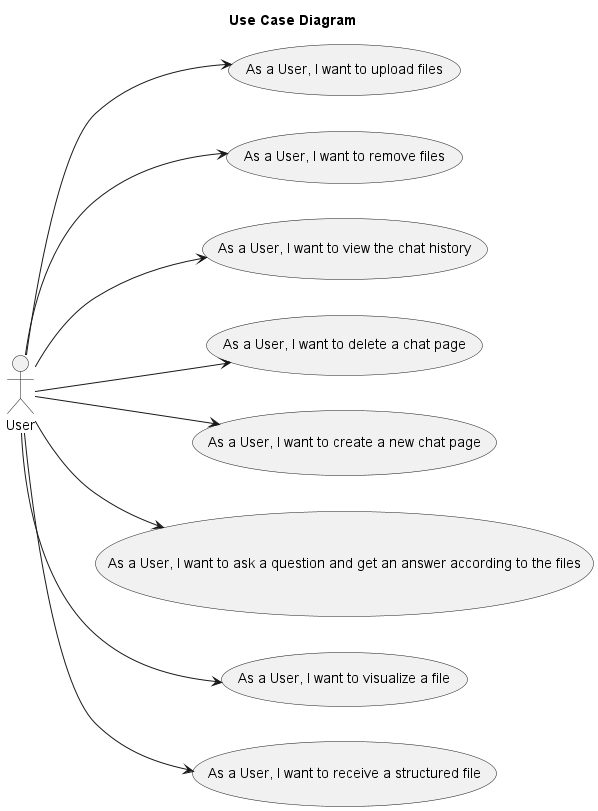
Above: out/UseCaseDiagram/UseCaseDiagram.png in Ana6363/RAGSystem_Wiki (PlantUML), before the change.
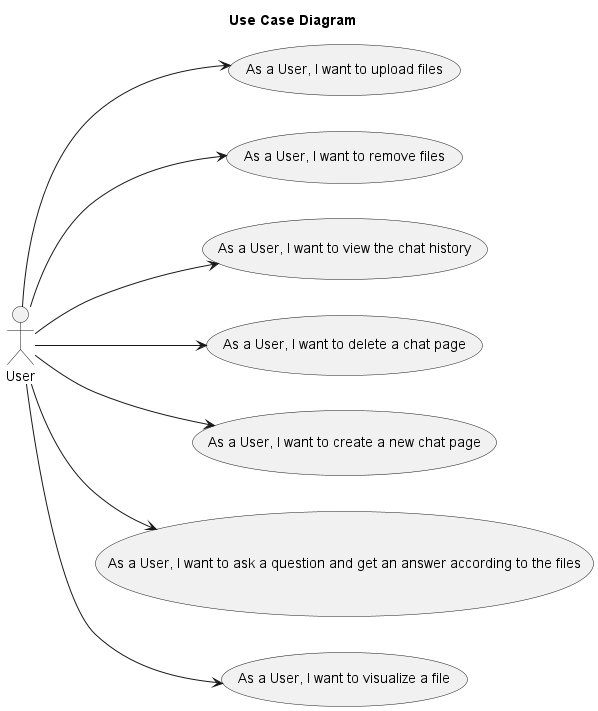
Later version of the same file.

Commit message:
changes made to use case diagram

Diff of the diagram source:
```diff
@@ -14,6 +14,5 @@
 User --> (As a User, I want to create a new chat page)
 User --> (As a User, I want to ask a question and get an answer according to the files)
 User --> (As a User, I want to visualize a file)
-User --> (As a User, I want to receive a structured file)
 
 @enduml
```
